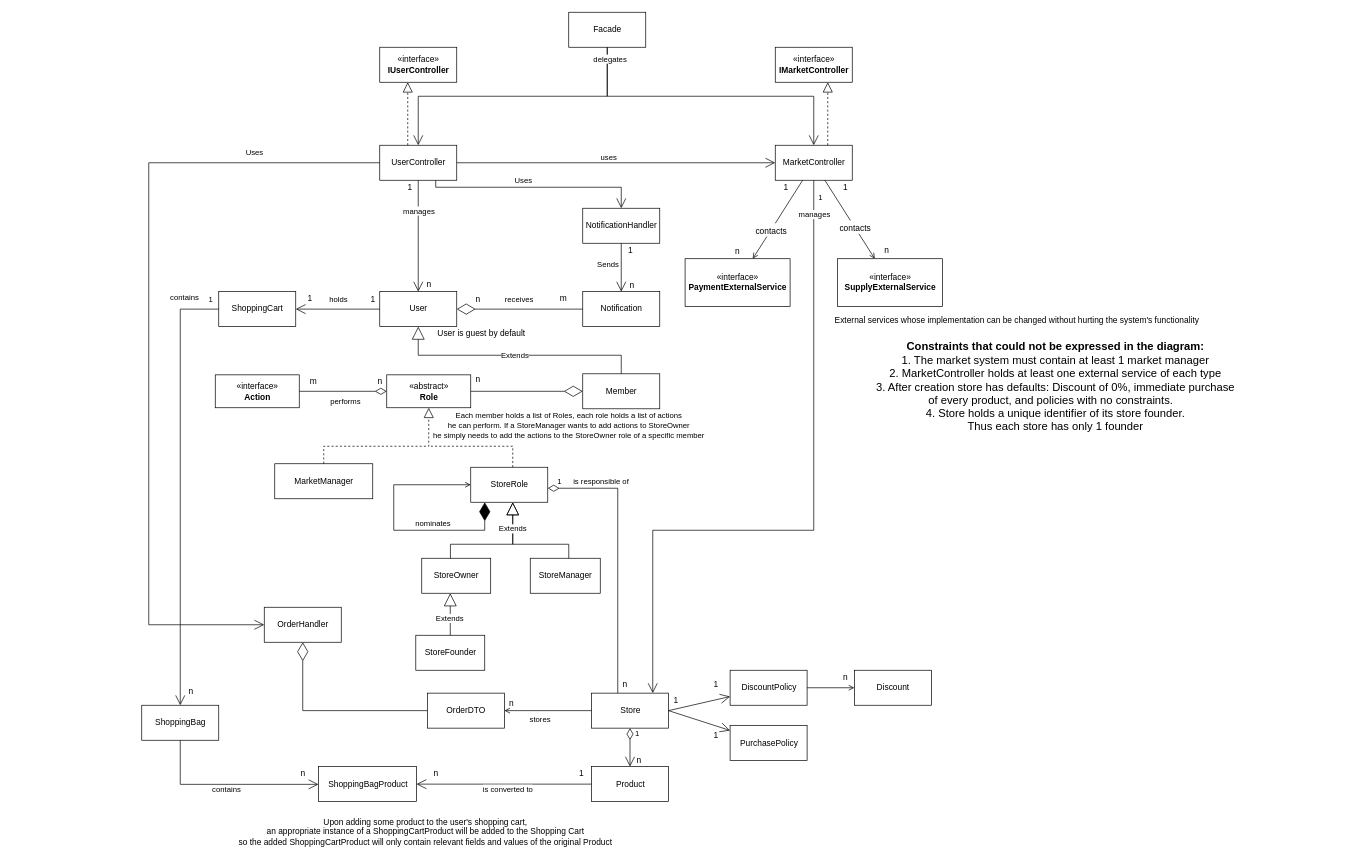
itaitzruia4/Workshop keeps this draw.io diagram as page "White Diagram" (1 of 2) of Workshop.drawio. Above is the earlier version. Source tidied: cells renumbered, new cells numbered last; positions are measured from the earlier drawing's top-left corner, leaving out a move shared by most shapes. Both pictures are drawn from the tidied source at 70%, with x=0, y=0 at pixel (12, 12).
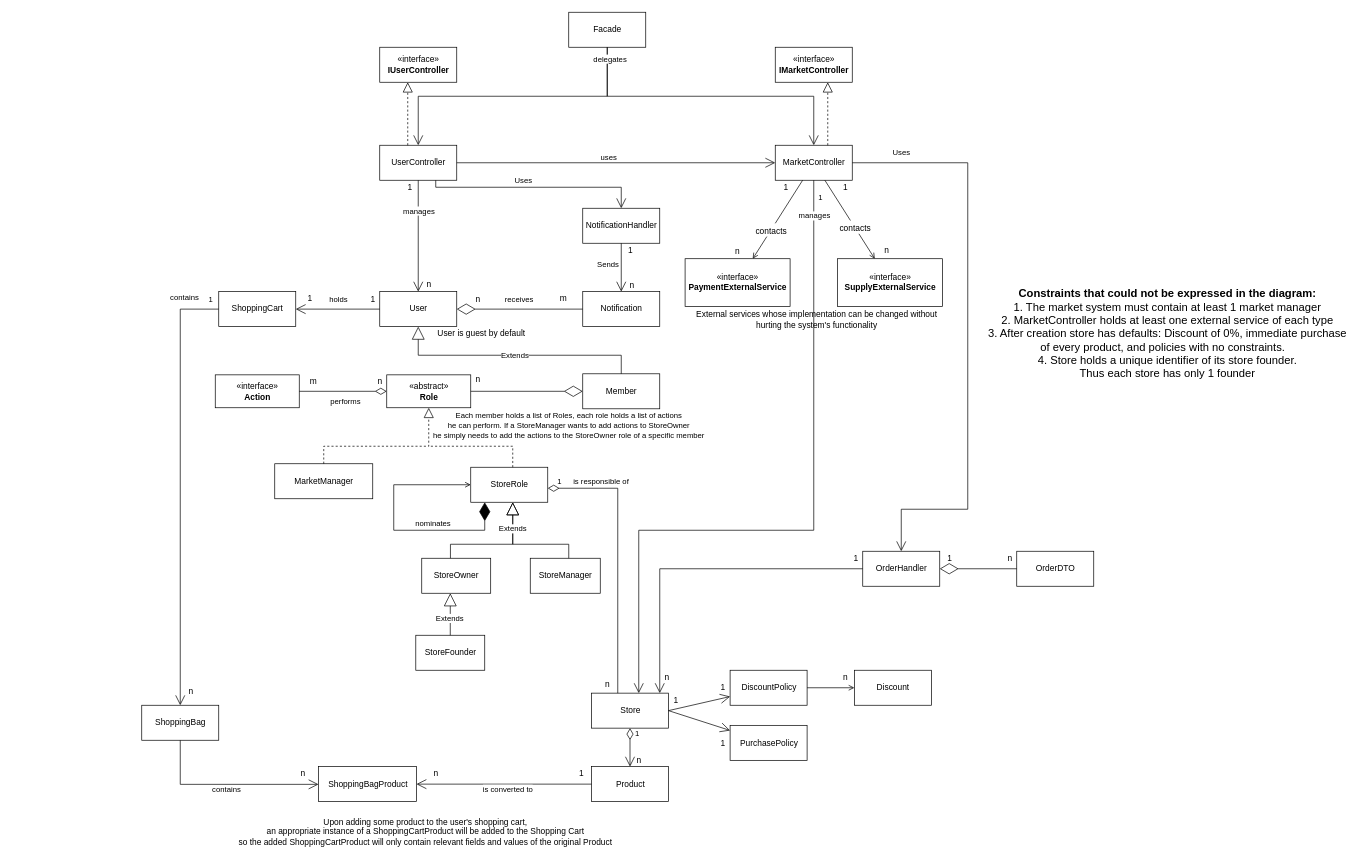
Above is the later version.

Commit message:
Changed OrderHandler relations

The change refers to these unchanged cells:
```xml
<mxCell id="5" value="UserController" style="html=1;" parent="1" vertex="1">
  <mxGeometry x="525" y="190" width="110" height="50" as="geometry" />
</mxCell>
<mxCell id="6" value="MarketController" style="html=1;" parent="1" vertex="1">
  <mxGeometry x="1090" y="190" width="110" height="50" as="geometry" />
</mxCell>
<mxCell id="28" value="Store" style="html=1;" parent="1" vertex="1">
  <mxGeometry x="827.5" y="972.7" width="110" height="50" as="geometry" />
</mxCell>
```

The edit, as a diff of the source:
```diff
@@
-    <mxCell id="4" value="External services whose implementation can be changed without hurting the system's functionality" style="text;html=1;align=center;verticalAlign=middle;strokeColor=none;fillColor=none;" parent="1" vertex="1">
-      <mxGeometry x="1165" y="430" width="540" height="20" as="geometry" />
+    <mxCell id="4" value="External services whose implementation can be changed without &lt;br&gt;hurting the system's functionality" style="text;html=1;align=center;verticalAlign=middle;strokeColor=none;fillColor=none;" parent="1" vertex="1">
+      <mxGeometry x="968.8" y="424.1" width="360" height="30" as="geometry" />
     </mxCell>
@@
     <mxCell id="32" value="1" style="endArrow=open;html=1;endSize=12;startArrow=none;startSize=14;startFill=0;edgeStyle=orthogonalEdgeStyle;align=left;verticalAlign=bottom;rounded=0;endFill=0;" parent="1" edge="1" source="6" target="28">
       <mxGeometry x="-0.93" y="5" relative="1" as="geometry">
         <Array as="points">
           <mxPoint x="1145" y="740" />
-          <mxPoint x="915" y="740" />
+          <mxPoint x="895" y="740" />
         </Array>
       </mxGeometry>
     </mxCell>
@@
     <mxCell id="34" value="n" style="text;html=1;align=center;verticalAlign=middle;strokeColor=none;fillColor=none;" parent="1" vertex="1">
-      <mxGeometry x="865" y="950" width="20" height="20" as="geometry" />
+      <mxGeometry x="840" y="950" width="20" height="20" as="geometry" />
     </mxCell>
@@
     <mxCell id="75" value="OrderDTO" style="html=1;" parent="1" vertex="1">
-      <mxGeometry x="593" y="972.7" width="110" height="50" as="geometry" />
+      <mxGeometry x="1435" y="770" width="110" height="50" as="geometry" />
     </mxCell>
-    <mxCell id="76" style="endArrow=none;endFill=0;endSize=24;html=1;rounded=0;fontSize=11;startArrow=open;startFill=0;" parent="1" edge="1" source="75" target="28">
-      <mxGeometry relative="1" as="geometry" />
-    </mxCell>
-    <mxCell id="77" value="stores" style="edgeLabel;html=1;align=center;verticalAlign=middle;" parent="76" vertex="1">
-      <mxGeometry x="-0.19" y="-3" relative="1" as="geometry">
-        <mxPoint y="9" as="offset" />
-      </mxGeometry>
-    </mxCell>
     <mxCell id="78" value="n" style="text;html=1;align=center;verticalAlign=middle;strokeColor=none;fillColor=none;" parent="1" vertex="1">
-      <mxGeometry x="703" y="976.7" width="20" height="20" as="geometry" />
+      <mxGeometry x="1415" y="770" width="20" height="20" as="geometry" />
     </mxCell>
@@
     <mxCell id="87" value="&lt;font style=&quot;font-size: 16px&quot;&gt;&lt;b&gt;Constraints that could not be expressed in the diagram:&lt;/b&gt;&lt;br&gt;1. The market system must contain at least 1 market manager&lt;br&gt;2. MarketController holds at least one external service of each type&lt;br&gt;3. After creation store has defaults: Discount of 0%, immediate purchase&lt;br&gt;of every product, and policies with no constraints.&amp;nbsp; &amp;nbsp;&lt;br&gt;4. Store holds a unique identifier of its store founder. &lt;br&gt;Thus each store has only 1 founder&lt;br&gt;&lt;/font&gt;" style="text;html=1;align=center;verticalAlign=middle;strokeColor=none;fillColor=none;" parent="1" vertex="1">
-      <mxGeometry x="1225" y="480" width="530" height="110" as="geometry" />
+      <mxGeometry x="1385" y="404.1" width="530" height="110" as="geometry" />
     </mxCell>
@@
     <mxCell id="95" value="1" style="text;html=1;align=center;verticalAlign=middle;strokeColor=none;fillColor=none;" parent="1" vertex="1">
-      <mxGeometry x="995" y="950" width="20" height="20" as="geometry" />
+      <mxGeometry x="1005" y="955" width="20" height="20" as="geometry" />
     </mxCell>
     <mxCell id="96" value="1" style="text;html=1;align=center;verticalAlign=middle;strokeColor=none;fillColor=none;" parent="1" vertex="1">
-      <mxGeometry x="995" y="1022.7" width="20" height="20" as="geometry" />
+      <mxGeometry x="1005" y="1033.7" width="20" height="20" as="geometry" />
     </mxCell>
@@
     <mxCell id="110" value="OrderHandler" style="html=1;" parent="1" vertex="1">
-      <mxGeometry x="360" y="850" width="110" height="50" as="geometry" />
+      <mxGeometry x="1215" y="770" width="110" height="50" as="geometry" />
     </mxCell>
@@
-    <mxCell id="112" style="endArrow=open;endFill=1;endSize=12;html=1;rounded=0;edgeStyle=orthogonalEdgeStyle;" parent="1" edge="1" source="5" target="110">
+    <mxCell id="112" style="endArrow=open;endFill=1;endSize=12;html=1;rounded=0;edgeStyle=orthogonalEdgeStyle;" parent="1" edge="1" source="6" target="110">
       <mxGeometry relative="1" as="geometry">
         <Array as="points">
-          <mxPoint x="195" y="215" />
-          <mxPoint x="195" y="875" />
+          <mxPoint x="1365" y="215" />
+          <mxPoint x="1365" y="710" />
+          <mxPoint x="1270" y="710" />
         </Array>
       </mxGeometry>
     </mxCell>
     <mxCell id="113" value="Uses" style="edgeLabel;html=1;align=center;verticalAlign=middle;" parent="112" vertex="1">
       <mxGeometry x="-0.69" y="1" relative="1" as="geometry">
-        <mxPoint x="-1" y="-16" as="offset" />
+        <mxPoint x="-57" y="-14" as="offset" />
       </mxGeometry>
     </mxCell>
+    <mxCell id="114" style="endArrow=open;endFill=1;endSize=12;html=1;rounded=0;edgeStyle=orthogonalEdgeStyle;" parent="1" edge="1" source="110" target="28">
+      <mxGeometry relative="1" as="geometry">
+        <Array as="points">
+          <mxPoint x="925" y="795" />
+        </Array>
+      </mxGeometry>
+    </mxCell>
+    <mxCell id="115" value="1" style="text;html=1;align=center;verticalAlign=middle;strokeColor=none;fillColor=none;" parent="1" vertex="1">
+      <mxGeometry x="1195" y="770" width="20" height="20" as="geometry" />
+    </mxCell>
+    <mxCell id="116" value="n" style="text;html=1;align=center;verticalAlign=middle;strokeColor=none;fillColor=none;" parent="1" vertex="1">
+      <mxGeometry x="925" y="940" width="20" height="20" as="geometry" />
+    </mxCell>
+    <mxCell id="117" value="1" style="text;html=1;align=center;verticalAlign=middle;strokeColor=none;fillColor=none;" parent="1" vertex="1">
+      <mxGeometry x="1328.8" y="770" width="20" height="20" as="geometry" />
+    </mxCell>
```
